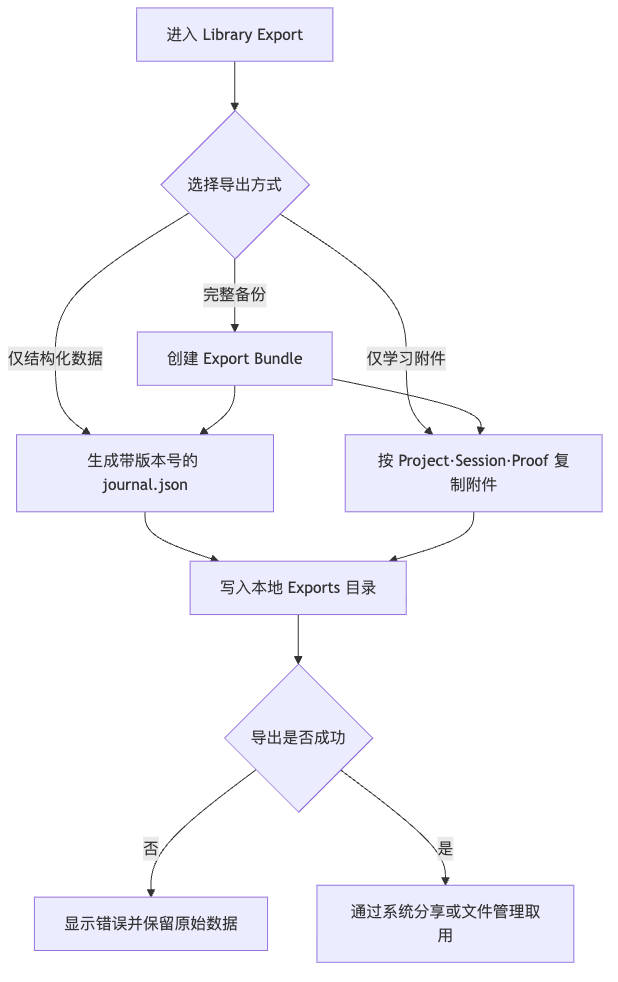
This is diagrams/product-export-flow.png from Panhe-C/self-study-studio, a Mermaid export, as it was before one commit. Its source is kept beside it as diagrams/product-export-flow.mmd. Its diagram source:
```mermaid
flowchart TD
  A[进入 Library Export] --> B{选择导出方式}
  B -->|仅结构化数据| C[生成带版本号的 journal.json]
  B -->|仅学习附件| D[按 Project·Session·Proof 复制附件]
  B -->|完整备份| E[创建 Export Bundle]
  E --> C
  E --> D
  C --> F[写入本地 Exports 目录]
  D --> F
  F --> G{导出是否成功}
  G -->|否| H[显示错误并保留原始数据]
  G -->|是| I[通过系统分享或文件管理取用]
```
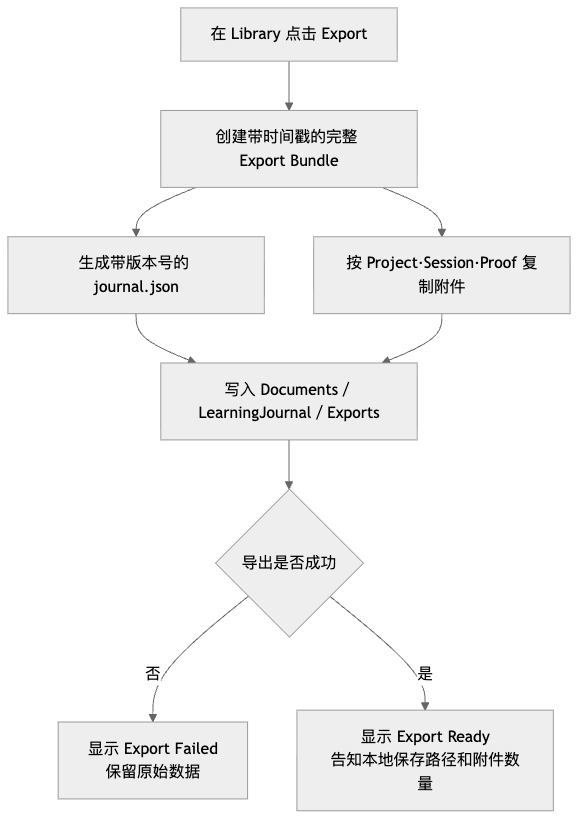
After the change.

Change to the diagram source:
```diff
@@ -1,12 +1,9 @@
 flowchart TD
-  A[进入 Library Export] --> B{选择导出方式}
-  B -->|仅结构化数据| C[生成带版本号的 journal.json]
-  B -->|仅学习附件| D[按 Project·Session·Proof 复制附件]
-  B -->|完整备份| E[创建 Export Bundle]
-  E --> C
-  E --> D
-  C --> F[写入本地 Exports 目录]
-  D --> F
-  F --> G{导出是否成功}
-  G -->|否| H[显示错误并保留原始数据]
-  G -->|是| I[通过系统分享或文件管理取用]
+  A[在 Library 点击 Export] --> B[创建带时间戳的完整 Export Bundle]
+  B --> C[生成带版本号的 journal.json]
+  B --> D[按 Project·Session·Proof 复制附件]
+  C --> E[写入 Documents／LearningJournal／Exports]
+  D --> E
+  E --> F{导出是否成功}
+  F -->|否| G[显示 Export Failed<br/>保留原始数据]
+  F -->|是| H[显示 Export Ready<br/>告知本地保存路径和附件数量]
```
